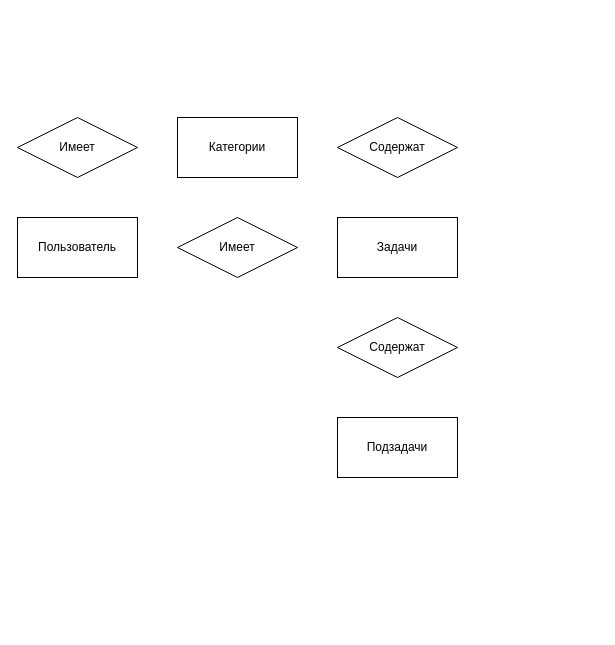
This is db/db.drawio from BaronVice/schemas, a draw.io file, before an edit. Source tidied: cells renumbered, new cells numbered last; positions are measured from the earlier drawing's top-left corner, leaving out a move shared by most shapes. Both pictures are drawn from the tidied source at 100%, with x=0, y=0 at pixel (17, 117).
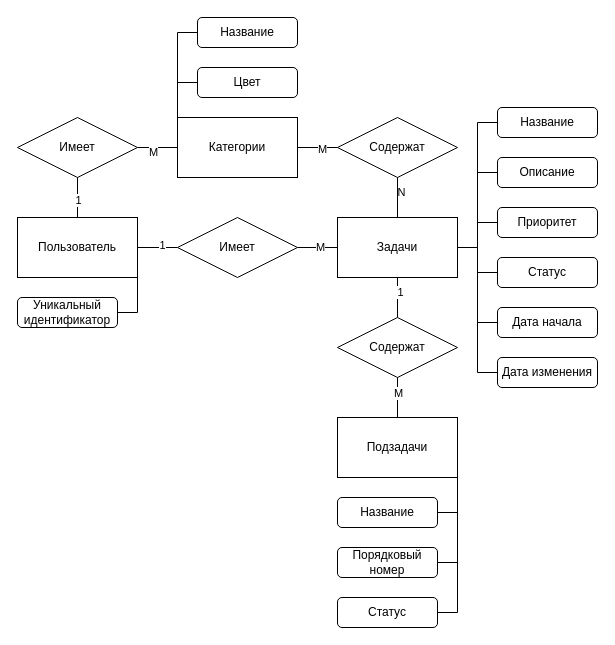
After the change.

The change refers to these unchanged cells:
```xml
<mxCell id="2" value="Пользователь" style="rounded=0;whiteSpace=wrap;html=1;" parent="1" vertex="1">
  <mxGeometry y="100" width="120" height="60" as="geometry" />
</mxCell>
<mxCell id="3" value="Содержат" style="rhombus;whiteSpace=wrap;html=1;" parent="1" vertex="1">
  <mxGeometry x="320" y="200" width="120" height="60" as="geometry" />
</mxCell>
<mxCell id="4" value="Задачи" style="rounded=0;whiteSpace=wrap;html=1;" parent="1" vertex="1">
  <mxGeometry x="320" y="100" width="120" height="60" as="geometry" />
</mxCell>
<mxCell id="5" value="Подзадачи" style="rounded=0;whiteSpace=wrap;html=1;" parent="1" vertex="1">
  <mxGeometry x="320" y="300" width="120" height="60" as="geometry" />
</mxCell>
<mxCell id="6" value="Имеет" style="rhombus;whiteSpace=wrap;html=1;" parent="1" vertex="1">
  <mxGeometry x="160" y="100" width="120" height="60" as="geometry" />
</mxCell>
<mxCell id="7" value="Имеет" style="rhombus;whiteSpace=wrap;html=1;" parent="1" vertex="1">
  <mxGeometry width="120" height="60" as="geometry" />
</mxCell>
<mxCell id="8" value="Содержат" style="rhombus;whiteSpace=wrap;html=1;" parent="1" vertex="1">
  <mxGeometry x="320" width="120" height="60" as="geometry" />
</mxCell>
<mxCell id="9" value="Категории" style="rounded=0;whiteSpace=wrap;html=1;" parent="1" vertex="1">
  <mxGeometry x="160" width="120" height="60" as="geometry" />
</mxCell>
```

What changed in the source:
```diff
@@
+    <mxCell id="10" value="&lt;div&gt;Цвет&lt;/div&gt;" style="rounded=1;whiteSpace=wrap;html=1;" parent="1" vertex="1">
+      <mxGeometry x="180" y="-50" width="100" height="30" as="geometry" />
+    </mxCell>
+    <mxCell id="11" value="Название" style="rounded=1;whiteSpace=wrap;html=1;" parent="1" vertex="1">
+      <mxGeometry x="180" y="-100" width="100" height="30" as="geometry" />
+    </mxCell>
+    <mxCell id="12" value="Уникальный идентификатор" style="rounded=1;whiteSpace=wrap;html=1;" parent="1" vertex="1">
+      <mxGeometry y="180" width="100" height="30" as="geometry" />
+    </mxCell>
+    <mxCell id="13" value="Описание" style="rounded=1;whiteSpace=wrap;html=1;" parent="1" vertex="1">
+      <mxGeometry x="480" y="40" width="100" height="30" as="geometry" />
+    </mxCell>
+    <mxCell id="14" value="Название" style="rounded=1;whiteSpace=wrap;html=1;" parent="1" vertex="1">
+      <mxGeometry x="480" y="-10" width="100" height="30" as="geometry" />
+    </mxCell>
+    <mxCell id="15" value="Статус" style="rounded=1;whiteSpace=wrap;html=1;" parent="1" vertex="1">
+      <mxGeometry x="480" y="140" width="100" height="30" as="geometry" />
+    </mxCell>
+    <mxCell id="16" value="Приоритет" style="rounded=1;whiteSpace=wrap;html=1;" parent="1" vertex="1">
+      <mxGeometry x="480" y="90" width="100" height="30" as="geometry" />
+    </mxCell>
+    <mxCell id="17" value="Дата изменения" style="rounded=1;whiteSpace=wrap;html=1;" parent="1" vertex="1">
+      <mxGeometry x="480" y="240" width="100" height="30" as="geometry" />
+    </mxCell>
+    <mxCell id="18" value="Дата начала" style="rounded=1;whiteSpace=wrap;html=1;" parent="1" vertex="1">
+      <mxGeometry x="480" y="190" width="100" height="30" as="geometry" />
+    </mxCell>
+    <mxCell id="19" value="Порядковый номер" style="rounded=1;whiteSpace=wrap;html=1;" parent="1" vertex="1">
+      <mxGeometry x="320" y="430" width="100" height="30" as="geometry" />
+    </mxCell>
+    <mxCell id="20" value="Название" style="rounded=1;whiteSpace=wrap;html=1;" parent="1" vertex="1">
+      <mxGeometry x="320" y="380" width="100" height="30" as="geometry" />
+    </mxCell>
+    <mxCell id="21" value="Статус" style="rounded=1;whiteSpace=wrap;html=1;" parent="1" vertex="1">
+      <mxGeometry x="320" y="480" width="100" height="30" as="geometry" />
+    </mxCell>
+    <mxCell id="22" style="endArrow=none;html=1;rounded=0;exitX=0;exitY=0;exitDx=0;exitDy=0;entryX=0;entryY=0.5;entryDx=0;entryDy=0;" parent="1" edge="1" source="9" target="11">
+      <mxGeometry relative="1" as="geometry">
+        <Array as="points">
+          <mxPoint x="160" y="-85" />
+        </Array>
+      </mxGeometry>
+    </mxCell>
+    <mxCell id="23" style="endArrow=none;html=1;rounded=0;entryX=0;entryY=0.5;entryDx=0;entryDy=0;" parent="1" edge="1" target="10">
+      <mxGeometry relative="1" as="geometry">
+        <mxPoint x="160" y="-35" as="sourcePoint" />
+      </mxGeometry>
+    </mxCell>
+    <mxCell id="24" style="endArrow=none;html=1;rounded=0;exitX=1;exitY=0.5;exitDx=0;exitDy=0;entryX=0;entryY=0.5;entryDx=0;entryDy=0;" parent="1" edge="1" source="7" target="9">
+      <mxGeometry relative="1" as="geometry" />
+    </mxCell>
+    <mxCell id="25" value="M" style="edgeLabel;html=1;align=center;verticalAlign=middle;" parent="24" vertex="1">
+      <mxGeometry x="-0.27" y="-4" relative="1" as="geometry" />
+    </mxCell>
+    <mxCell id="26" style="endArrow=none;html=1;rounded=0;exitX=0.5;exitY=0;exitDx=0;exitDy=0;entryX=0.5;entryY=1;entryDx=0;entryDy=0;" parent="1" edge="1" source="2" target="7">
+      <mxGeometry relative="1" as="geometry" />
+    </mxCell>
+    <mxCell id="27" value="1" style="edgeLabel;html=1;align=center;verticalAlign=middle;" parent="26" vertex="1">
+      <mxGeometry x="-0.12" relative="1" as="geometry" />
+    </mxCell>
+    <mxCell id="28" style="endArrow=none;html=1;rounded=0;entryX=1;entryY=1;entryDx=0;entryDy=0;exitX=1;exitY=0.5;exitDx=0;exitDy=0;" parent="1" edge="1" source="12" target="2">
+      <mxGeometry relative="1" as="geometry">
+        <Array as="points">
+          <mxPoint x="120" y="195" />
+        </Array>
+      </mxGeometry>
+    </mxCell>
+    <mxCell id="29" style="endArrow=none;html=1;rounded=0;exitX=1;exitY=0.5;exitDx=0;exitDy=0;entryX=0;entryY=0.5;entryDx=0;entryDy=0;" parent="1" edge="1" source="2" target="6">
+      <mxGeometry relative="1" as="geometry" />
+    </mxCell>
+    <mxCell id="30" value="1" style="edgeLabel;html=1;align=center;verticalAlign=middle;" parent="29" vertex="1">
+      <mxGeometry x="0.2" y="3" relative="1" as="geometry" />
+    </mxCell>
+    <mxCell id="31" style="endArrow=none;html=1;rounded=0;entryX=1;entryY=0.5;entryDx=0;entryDy=0;exitX=0;exitY=0.5;exitDx=0;exitDy=0;" parent="1" edge="1" source="4" target="6">
+      <mxGeometry relative="1" as="geometry" />
+    </mxCell>
+    <mxCell id="32" value="M" style="edgeLabel;html=1;align=center;verticalAlign=middle;" parent="31" vertex="1">
+      <mxGeometry x="-0.11" y="-1" relative="1" as="geometry" />
+    </mxCell>
+    <mxCell id="33" style="endArrow=none;html=1;rounded=0;exitX=1;exitY=0.5;exitDx=0;exitDy=0;entryX=0;entryY=0.5;entryDx=0;entryDy=0;" parent="1" edge="1" source="9" target="8">
+      <mxGeometry relative="1" as="geometry" />
+    </mxCell>
+    <mxCell id="34" value="M" style="edgeLabel;html=1;align=center;verticalAlign=middle;" parent="33" vertex="1">
+      <mxGeometry x="0.2" y="-1" relative="1" as="geometry" />
+    </mxCell>
+    <mxCell id="35" style="endArrow=none;html=1;rounded=0;exitX=0.5;exitY=1;exitDx=0;exitDy=0;entryX=0.5;entryY=0;entryDx=0;entryDy=0;" parent="1" edge="1" source="8" target="4">
+      <mxGeometry relative="1" as="geometry" />
+    </mxCell>
+    <mxCell id="36" value="N" style="edgeLabel;html=1;align=center;verticalAlign=middle;" parent="35" vertex="1">
+      <mxGeometry x="-0.3" y="3" relative="1" as="geometry" />
+    </mxCell>
+    <mxCell id="37" style="endArrow=none;html=1;rounded=0;entryX=0.5;entryY=1;entryDx=0;entryDy=0;exitX=0.5;exitY=0;exitDx=0;exitDy=0;" parent="1" edge="1" source="3" target="4">
+      <mxGeometry relative="1" as="geometry" />
+    </mxCell>
+    <mxCell id="38" value="1" style="edgeLabel;html=1;align=center;verticalAlign=middle;" parent="37" vertex="1">
+      <mxGeometry x="0.3" y="-2" relative="1" as="geometry" />
+    </mxCell>
+    <mxCell id="39" style="endArrow=none;html=1;rounded=0;entryX=0.5;entryY=1;entryDx=0;entryDy=0;exitX=0.5;exitY=0;exitDx=0;exitDy=0;" parent="1" edge="1" source="5" target="3">
+      <mxGeometry relative="1" as="geometry" />
+    </mxCell>
+    <mxCell id="40" value="M" style="edgeLabel;html=1;align=center;verticalAlign=middle;" parent="39" vertex="1">
+      <mxGeometry x="0.26" relative="1" as="geometry" />
+    </mxCell>
+    <mxCell id="41" style="endArrow=none;html=1;rounded=0;entryX=1;entryY=1;entryDx=0;entryDy=0;exitX=1;exitY=0.5;exitDx=0;exitDy=0;" parent="1" edge="1" source="21" target="5">
+      <mxGeometry relative="1" as="geometry">
+        <Array as="points">
+          <mxPoint x="440" y="495" />
+        </Array>
+      </mxGeometry>
+    </mxCell>
+    <mxCell id="42" style="endArrow=none;html=1;rounded=0;entryX=1;entryY=0.5;entryDx=0;entryDy=0;" parent="1" edge="1" target="19">
+      <mxGeometry relative="1" as="geometry">
+        <mxPoint x="440" y="445" as="sourcePoint" />
+      </mxGeometry>
+    </mxCell>
+    <mxCell id="43" style="endArrow=none;html=1;rounded=0;exitX=1;exitY=0.5;exitDx=0;exitDy=0;" parent="1" edge="1" source="20">
+      <mxGeometry relative="1" as="geometry">
+        <mxPoint x="440" y="395" as="targetPoint" />
+      </mxGeometry>
+    </mxCell>
+    <mxCell id="44" style="endArrow=none;html=1;rounded=0;exitX=1;exitY=0.5;exitDx=0;exitDy=0;entryX=0;entryY=0.5;entryDx=0;entryDy=0;" parent="1" edge="1" source="4" target="14">
+      <mxGeometry relative="1" as="geometry">
+        <Array as="points">
+          <mxPoint x="460" y="130" />
+          <mxPoint x="460" y="5" />
+        </Array>
+      </mxGeometry>
+    </mxCell>
+    <mxCell id="45" style="endArrow=none;html=1;rounded=0;exitX=1;exitY=0.5;exitDx=0;exitDy=0;entryX=0;entryY=0.5;entryDx=0;entryDy=0;" parent="1" edge="1" source="4" target="17">
+      <mxGeometry relative="1" as="geometry">
+        <Array as="points">
+          <mxPoint x="460" y="130" />
+          <mxPoint x="460" y="255" />
+        </Array>
+      </mxGeometry>
+    </mxCell>
+    <mxCell id="46" style="endArrow=none;html=1;rounded=0;entryX=0;entryY=0.5;entryDx=0;entryDy=0;" parent="1" edge="1" target="13">
+      <mxGeometry relative="1" as="geometry">
+        <mxPoint x="460" y="55" as="sourcePoint" />
+      </mxGeometry>
+    </mxCell>
+    <mxCell id="47" style="endArrow=none;html=1;rounded=0;entryX=0;entryY=0.5;entryDx=0;entryDy=0;" parent="1" edge="1" target="16">
+      <mxGeometry relative="1" as="geometry">
+        <mxPoint x="460" y="105" as="sourcePoint" />
+      </mxGeometry>
+    </mxCell>
+    <mxCell id="48" style="endArrow=none;html=1;rounded=0;entryX=0;entryY=0.5;entryDx=0;entryDy=0;" parent="1" edge="1" target="18">
+      <mxGeometry relative="1" as="geometry">
+        <mxPoint x="460" y="205" as="sourcePoint" />
+      </mxGeometry>
+    </mxCell>
+    <mxCell id="49" style="endArrow=none;html=1;rounded=0;entryX=0;entryY=0.5;entryDx=0;entryDy=0;" parent="1" edge="1" target="15">
+      <mxGeometry relative="1" as="geometry">
+        <mxPoint x="460" y="155" as="sourcePoint" />
+      </mxGeometry>
+    </mxCell>
```
